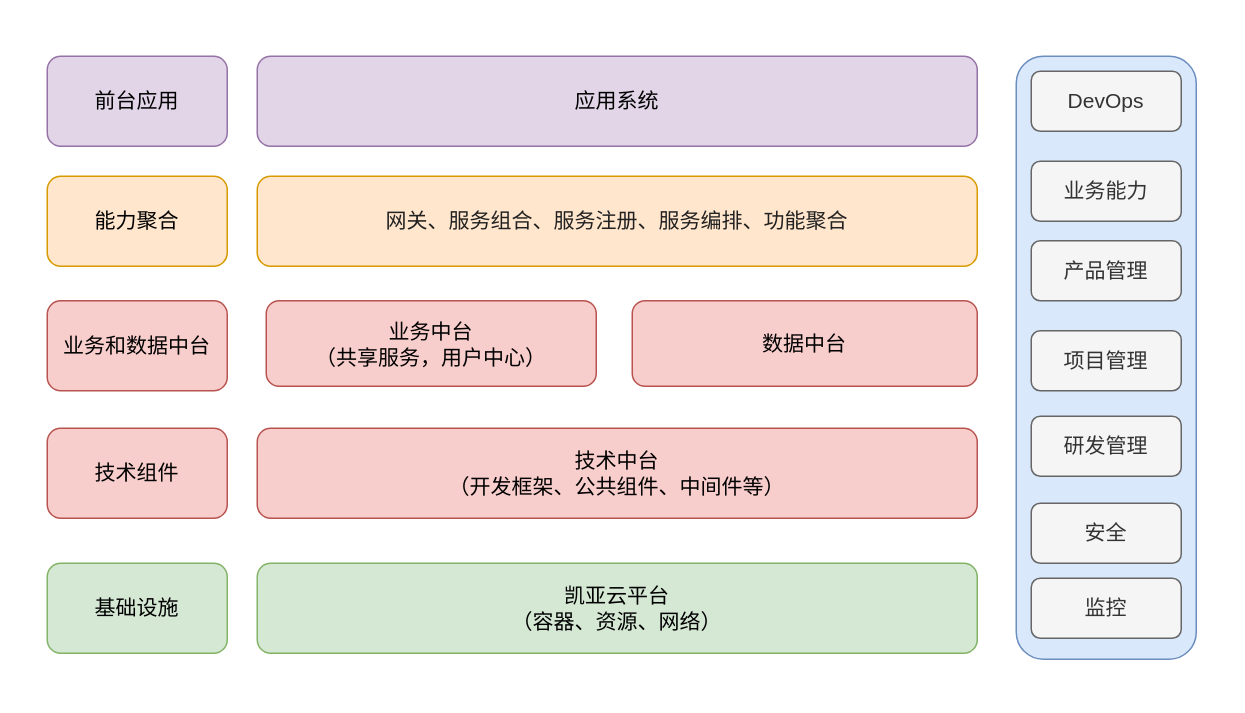
huyunzhen/diagrams keeps this draw.io diagram as uml-diagrams/中台能力架构.drawio. Above is the earlier version. Source tidied: cells renumbered, new cells numbered last; positions are measured from the earlier drawing's top-left corner, leaving out a move shared by most shapes. Both pictures are drawn from the tidied source at 150%, with x=0, y=0 at pixel (46, 56).
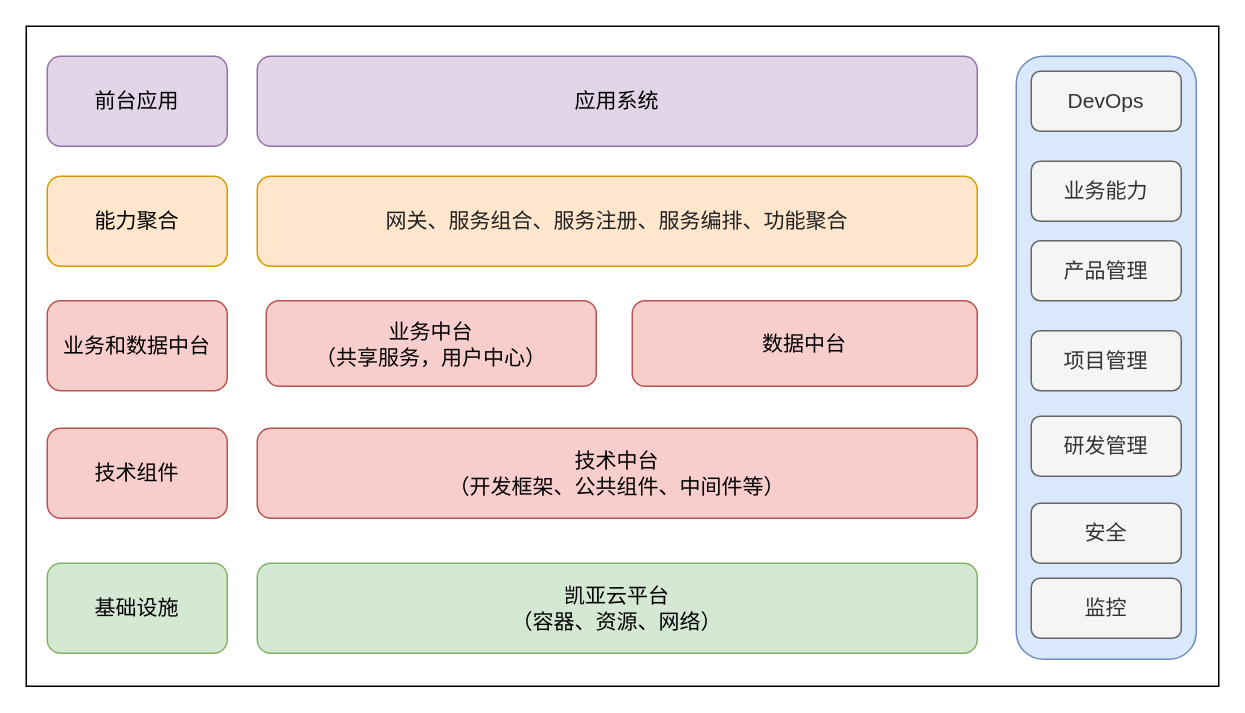
The same page after the edit.

Commit message:
更新中台能力架构.drawio

Diff of the diagram source:
```diff
@@
+    <mxCell id="21" style="rounded=0;whiteSpace=wrap;html=1;" parent="1" vertex="1">
+      <mxGeometry x="-14" y="-20" width="795" height="440" as="geometry" />
+    </mxCell>
```
